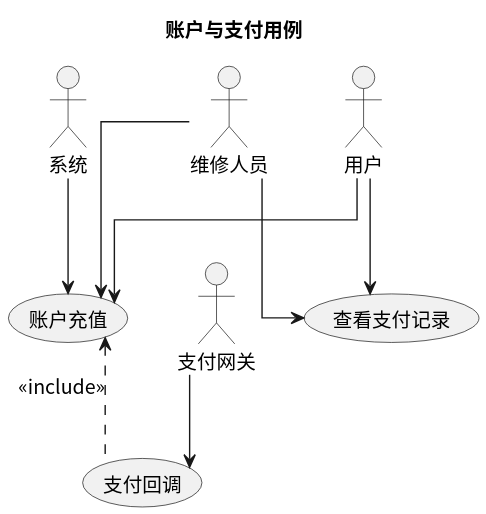
This is usecase/docs/backend/img/account_payment.svg from greenhandzdl/charging-station-doc, a PlantUML export, as it was before one commit.
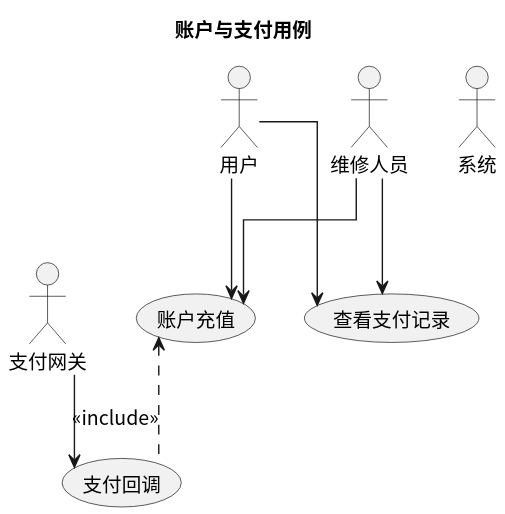
The same file after the commit.

The edit, as a diff of the source:
```diff
@@ -16,7 +16,6 @@
 U --> 账户充值
 M --> 账户充值
 P --> 支付回调
-S --> 账户充值
 U --> 查看支付记录
 M --> 查看支付记录
 
```
